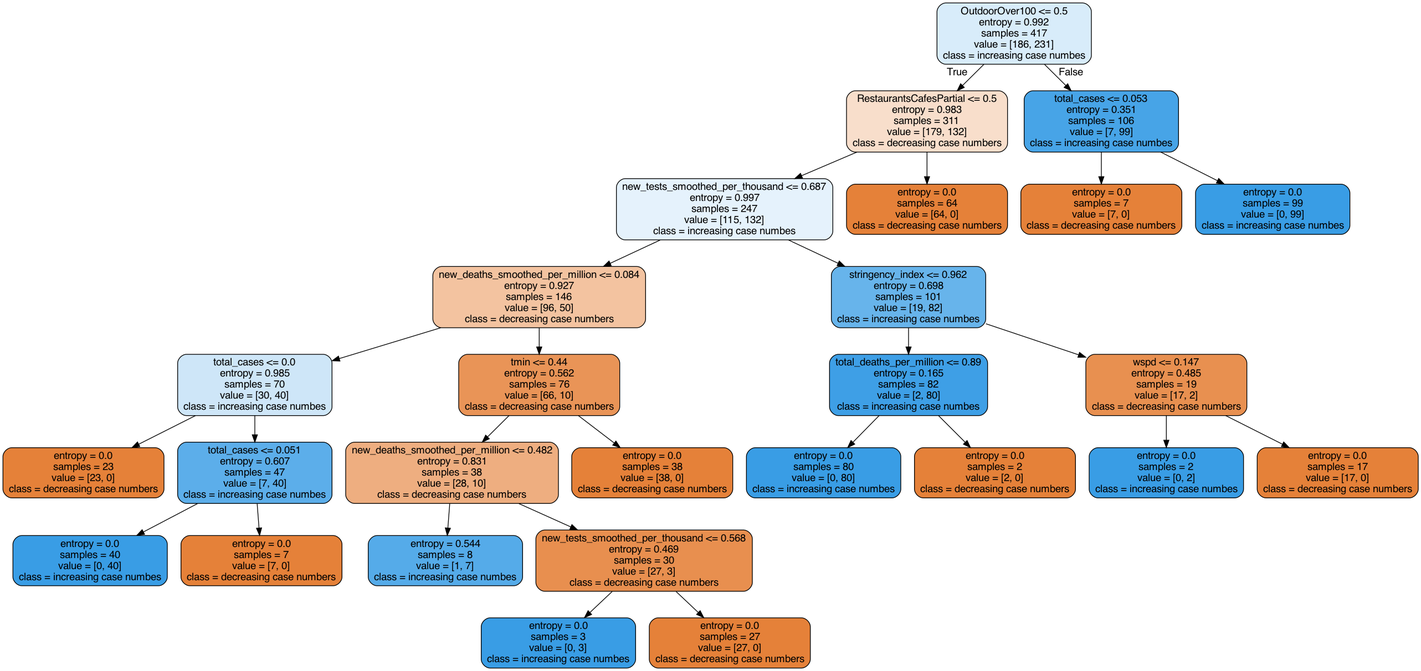
Earlier version of the Graphviz export covid_ml/covidCasePredictions/reports/figures/Covid_tree.png (ssstef/covid-case_numbers). Its source is kept beside it as covid_ml/covidCasePredictions/reports/figures/Covid_tree.dot.
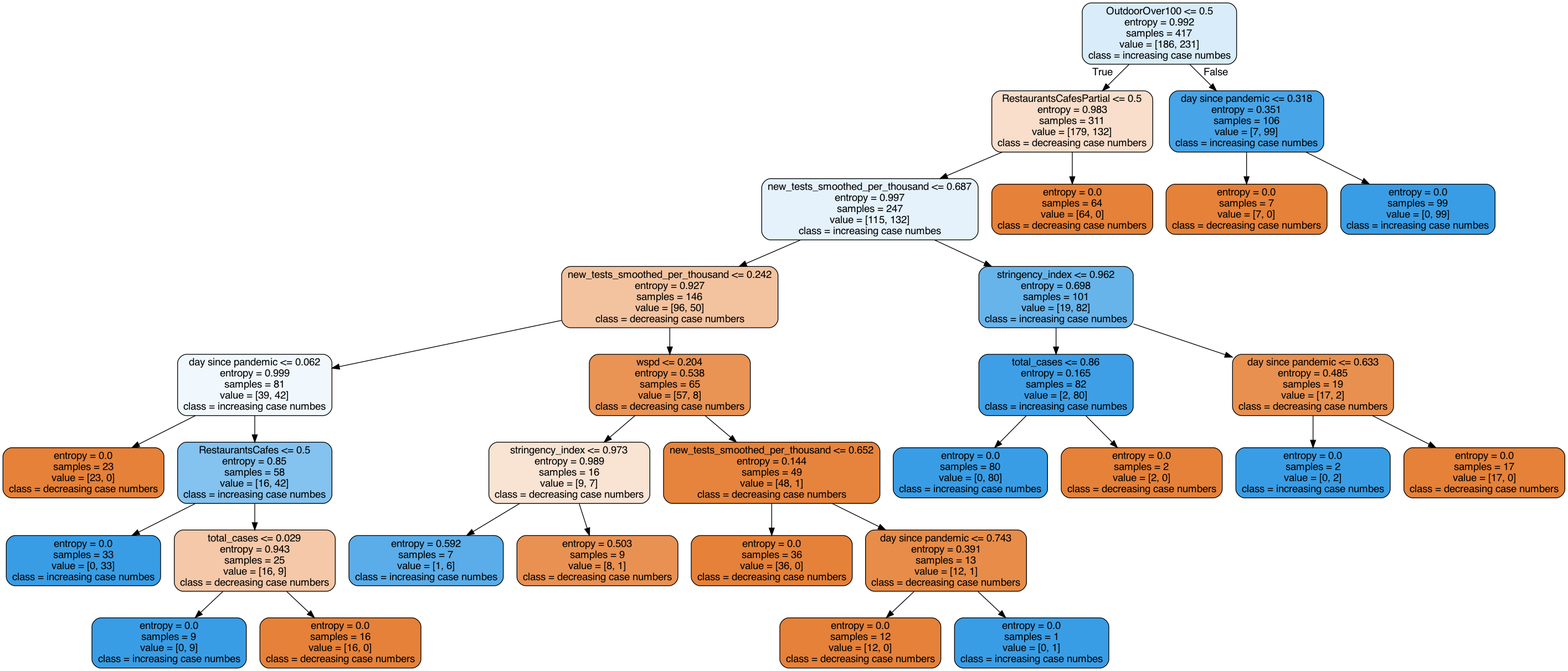
The same diagram one commit later.

Diff of the diagram source:
```diff
@@ -6,52 +6,60 @@
 0 -> 1 [labeldistance=2.5, labelangle=45, headlabel="True"] ;
 2 [label="new_tests_smoothed_per_thousand <= 0.687\nentropy = 0.997\nsamples = 247\nvalue = [115, 132]\nclass = increasing case numbes", fillcolor="#e5f2fc"] ;
 1 -> 2 ;
-3 [label="new_deaths_smoothed_per_million <= 0.084\nentropy = 0.927\nsamples = 146\nvalue = [96, 50]\nclass = decreasing case numbers", fillcolor="#f3c3a0"] ;
+3 [label="new_tests_smoothed_per_thousand <= 0.242\nentropy = 0.927\nsamples = 146\nvalue = [96, 50]\nclass = decreasing case numbers", fillcolor="#f3c3a0"] ;
 2 -> 3 ;
-4 [label="total_cases <= 0.0\nentropy = 0.985\nsamples = 70\nvalue = [30, 40]\nclass = increasing case numbes", fillcolor="#cee6f8"] ;
+4 [label="day since pandemic <= 0.062\nentropy = 0.999\nsamples = 81\nvalue = [39, 42]\nclass = increasing case numbes", fillcolor="#f1f8fd"] ;
 3 -> 4 ;
 5 [label="entropy = 0.0\nsamples = 23\nvalue = [23, 0]\nclass = decreasing case numbers", fillcolor="#e58139"] ;
 4 -> 5 ;
-6 [label="total_cases <= 0.051\nentropy = 0.607\nsamples = 47\nvalue = [7, 40]\nclass = increasing case numbes", fillcolor="#5caeea"] ;
+6 [label="RestaurantsCafes <= 0.5\nentropy = 0.85\nsamples = 58\nvalue = [16, 42]\nclass = increasing case numbes", fillcolor="#84c2ef"] ;
 4 -> 6 ;
-7 [label="entropy = 0.0\nsamples = 40\nvalue = [0, 40]\nclass = increasing case numbes", fillcolor="#399de5"] ;
+7 [label="entropy = 0.0\nsamples = 33\nvalue = [0, 33]\nclass = increasing case numbes", fillcolor="#399de5"] ;
 6 -> 7 ;
-8 [label="entropy = 0.0\nsamples = 7\nvalue = [7, 0]\nclass = decreasing case numbers", fillcolor="#e58139"] ;
+8 [label="total_cases <= 0.029\nentropy = 0.943\nsamples = 25\nvalue = [16, 9]\nclass = decreasing case numbers", fillcolor="#f4c8a8"] ;
 6 -> 8 ;
-9 [label="tmin <= 0.44\nentropy = 0.562\nsamples = 76\nvalue = [66, 10]\nclass = decreasing case numbers", fillcolor="#e99457"] ;
-3 -> 9 ;
-10 [label="new_deaths_smoothed_per_million <= 0.482\nentropy = 0.831\nsamples = 38\nvalue = [28, 10]\nclass = decreasing case numbers", fillcolor="#eeae80"] ;
-9 -> 10 ;
-11 [label="entropy = 0.544\nsamples = 8\nvalue = [1, 7]\nclass = increasing case numbes", fillcolor="#55abe9"] ;
-10 -> 11 ;
-12 [label="new_tests_smoothed_per_thousand <= 0.568\nentropy = 0.469\nsamples = 30\nvalue = [27, 3]\nclass = decreasing case numbers", fillcolor="#e88f4f"] ;
-10 -> 12 ;
-13 [label="entropy = 0.0\nsamples = 3\nvalue = [0, 3]\nclass = increasing case numbes", fillcolor="#399de5"] ;
+9 [label="entropy = 0.0\nsamples = 9\nvalue = [0, 9]\nclass = increasing case numbes", fillcolor="#399de5"] ;
+8 -> 9 ;
+10 [label="entropy = 0.0\nsamples = 16\nvalue = [16, 0]\nclass = decreasing case numbers", fillcolor="#e58139"] ;
+8 -> 10 ;
+11 [label="wspd <= 0.204\nentropy = 0.538\nsamples = 65\nvalue = [57, 8]\nclass = decreasing case numbers", fillcolor="#e99355"] ;
+3 -> 11 ;
+12 [label="stringency_index <= 0.973\nentropy = 0.989\nsamples = 16\nvalue = [9, 7]\nclass = decreasing case numbers", fillcolor="#f9e3d3"] ;
+11 -> 12 ;
+13 [label="entropy = 0.592\nsamples = 7\nvalue = [1, 6]\nclass = increasing case numbes", fillcolor="#5aade9"] ;
 12 -> 13 ;
-14 [label="entropy = 0.0\nsamples = 27\nvalue = [27, 0]\nclass = decreasing case numbers", fillcolor="#e58139"] ;
+14 [label="entropy = 0.503\nsamples = 9\nvalue = [8, 1]\nclass = decreasing case numbers", fillcolor="#e89152"] ;
 12 -> 14 ;
-15 [label="entropy = 0.0\nsamples = 38\nvalue = [38, 0]\nclass = decreasing case numbers", fillcolor="#e58139"] ;
-9 -> 15 ;
-16 [label="stringency_index <= 0.962\nentropy = 0.698\nsamples = 101\nvalue = [19, 82]\nclass = increasing case numbes", fillcolor="#67b4eb"] ;
-2 -> 16 ;
-17 [label="total_deaths_per_million <= 0.89\nentropy = 0.165\nsamples = 82\nvalue = [2, 80]\nclass = increasing case numbes", fillcolor="#3e9fe6"] ;
-16 -> 17 ;
-18 [label="entropy = 0.0\nsamples = 80\nvalue = [0, 80]\nclass = increasing case numbes", fillcolor="#399de5"] ;
+15 [label="new_tests_smoothed_per_thousand <= 0.652\nentropy = 0.144\nsamples = 49\nvalue = [48, 1]\nclass = decreasing case numbers", fillcolor="#e6843d"] ;
+11 -> 15 ;
+16 [label="entropy = 0.0\nsamples = 36\nvalue = [36, 0]\nclass = decreasing case numbers", fillcolor="#e58139"] ;
+15 -> 16 ;
+17 [label="day since pandemic <= 0.743\nentropy = 0.391\nsamples = 13\nvalue = [12, 1]\nclass = decreasing case numbers", fillcolor="#e78c49"] ;
+15 -> 17 ;
+18 [label="entropy = 0.0\nsamples = 12\nvalue = [12, 0]\nclass = decreasing case numbers", fillcolor="#e58139"] ;
 17 -> 18 ;
-19 [label="entropy = 0.0\nsamples = 2\nvalue = [2, 0]\nclass = decreasing case numbers", fillcolor="#e58139"] ;
+19 [label="entropy = 0.0\nsamples = 1\nvalue = [0, 1]\nclass = increasing case numbes", fillcolor="#399de5"] ;
 17 -> 19 ;
-20 [label="wspd <= 0.147\nentropy = 0.485\nsamples = 19\nvalue = [17, 2]\nclass = decreasing case numbers", fillcolor="#e89050"] ;
-16 -> 20 ;
-21 [label="entropy = 0.0\nsamples = 2\nvalue = [0, 2]\nclass = increasing case numbes", fillcolor="#399de5"] ;
+20 [label="stringency_index <= 0.962\nentropy = 0.698\nsamples = 101\nvalue = [19, 82]\nclass = increasing case numbes", fillcolor="#67b4eb"] ;
+2 -> 20 ;
+21 [label="total_cases <= 0.86\nentropy = 0.165\nsamples = 82\nvalue = [2, 80]\nclass = increasing case numbes", fillcolor="#3e9fe6"] ;
 20 -> 21 ;
-22 [label="entropy = 0.0\nsamples = 17\nvalue = [17, 0]\nclass = decreasing case numbers", fillcolor="#e58139"] ;
-20 -> 22 ;
-23 [label="entropy = 0.0\nsamples = 64\nvalue = [64, 0]\nclass = decreasing case numbers", fillcolor="#e58139"] ;
-1 -> 23 ;
-24 [label="total_cases <= 0.053\nentropy = 0.351\nsamples = 106\nvalue = [7, 99]\nclass = increasing case numbes", fillcolor="#47a4e7"] ;
-0 -> 24 [labeldistance=2.5, labelangle=-45, headlabel="False"] ;
-25 [label="entropy = 0.0\nsamples = 7\nvalue = [7, 0]\nclass = decreasing case numbers", fillcolor="#e58139"] ;
+22 [label="entropy = 0.0\nsamples = 80\nvalue = [0, 80]\nclass = increasing case numbes", fillcolor="#399de5"] ;
+21 -> 22 ;
+23 [label="entropy = 0.0\nsamples = 2\nvalue = [2, 0]\nclass = decreasing case numbers", fillcolor="#e58139"] ;
+21 -> 23 ;
+24 [label="day since pandemic <= 0.633\nentropy = 0.485\nsamples = 19\nvalue = [17, 2]\nclass = decreasing case numbers", fillcolor="#e89050"] ;
+20 -> 24 ;
+25 [label="entropy = 0.0\nsamples = 2\nvalue = [0, 2]\nclass = increasing case numbes", fillcolor="#399de5"] ;
 24 -> 25 ;
-26 [label="entropy = 0.0\nsamples = 99\nvalue = [0, 99]\nclass = increasing case numbes", fillcolor="#399de5"] ;
+26 [label="entropy = 0.0\nsamples = 17\nvalue = [17, 0]\nclass = decreasing case numbers", fillcolor="#e58139"] ;
 24 -> 26 ;
+27 [label="entropy = 0.0\nsamples = 64\nvalue = [64, 0]\nclass = decreasing case numbers", fillcolor="#e58139"] ;
+1 -> 27 ;
+28 [label="day since pandemic <= 0.318\nentropy = 0.351\nsamples = 106\nvalue = [7, 99]\nclass = increasing case numbes", fillcolor="#47a4e7"] ;
+0 -> 28 [labeldistance=2.5, labelangle=-45, headlabel="False"] ;
+29 [label="entropy = 0.0\nsamples = 7\nvalue = [7, 0]\nclass = decreasing case numbers", fillcolor="#e58139"] ;
+28 -> 29 ;
+30 [label="entropy = 0.0\nsamples = 99\nvalue = [0, 99]\nclass = increasing case numbes", fillcolor="#399de5"] ;
+28 -> 30 ;
 }
```
